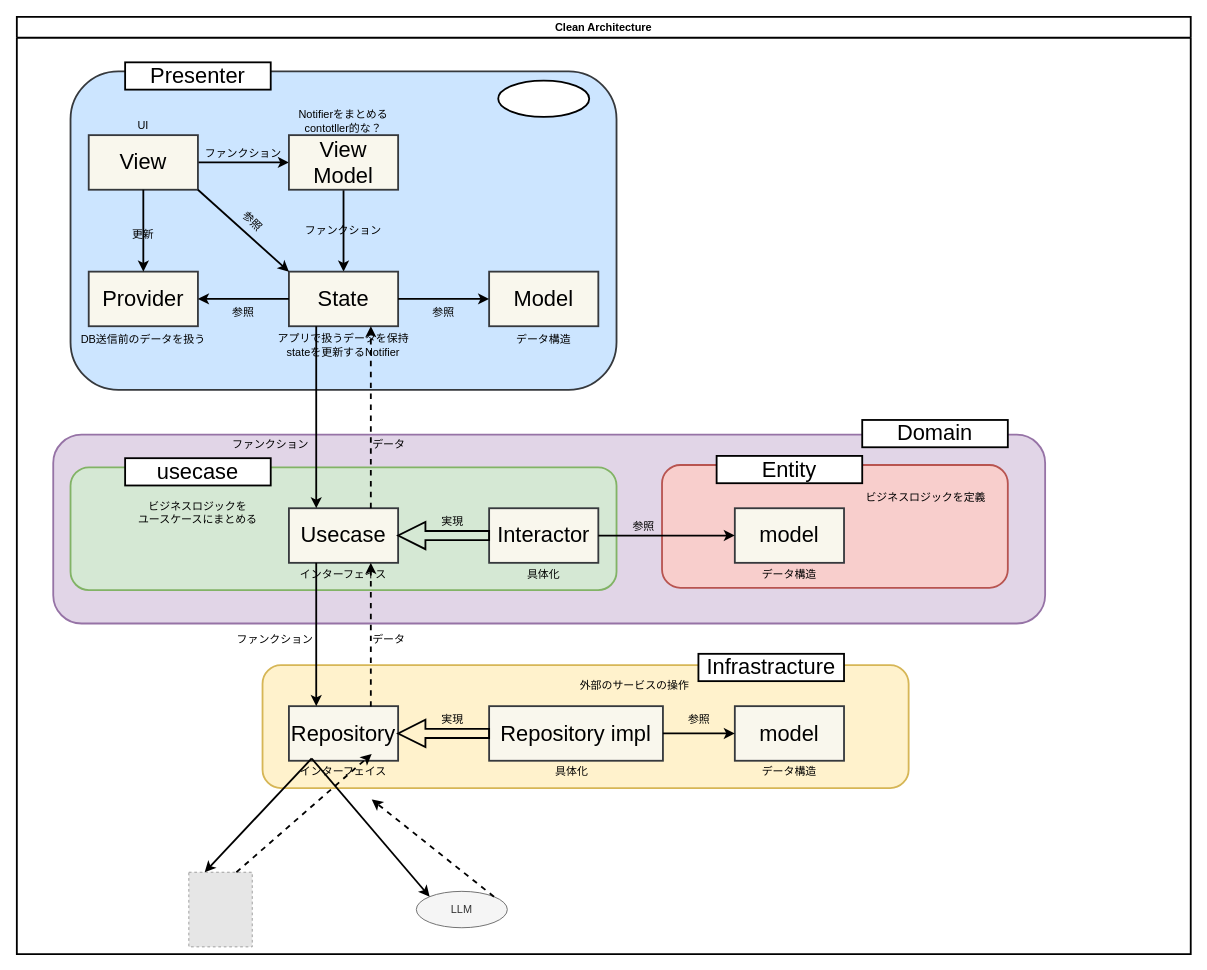
The draw.io diagram aizuchi.drawio in junjun-1345/aizuchi_app, before the edit. Source tidied: cells renumbered, new cells numbered last; positions are measured from the earlier drawing's top-left corner, leaving out a move shared by most shapes. Both pictures are drawn from the tidied source at 91%, with x=0, y=0 at pixel (16, 16). Pictures stored in the file or linked from it are replaced by grey dashed boxes.
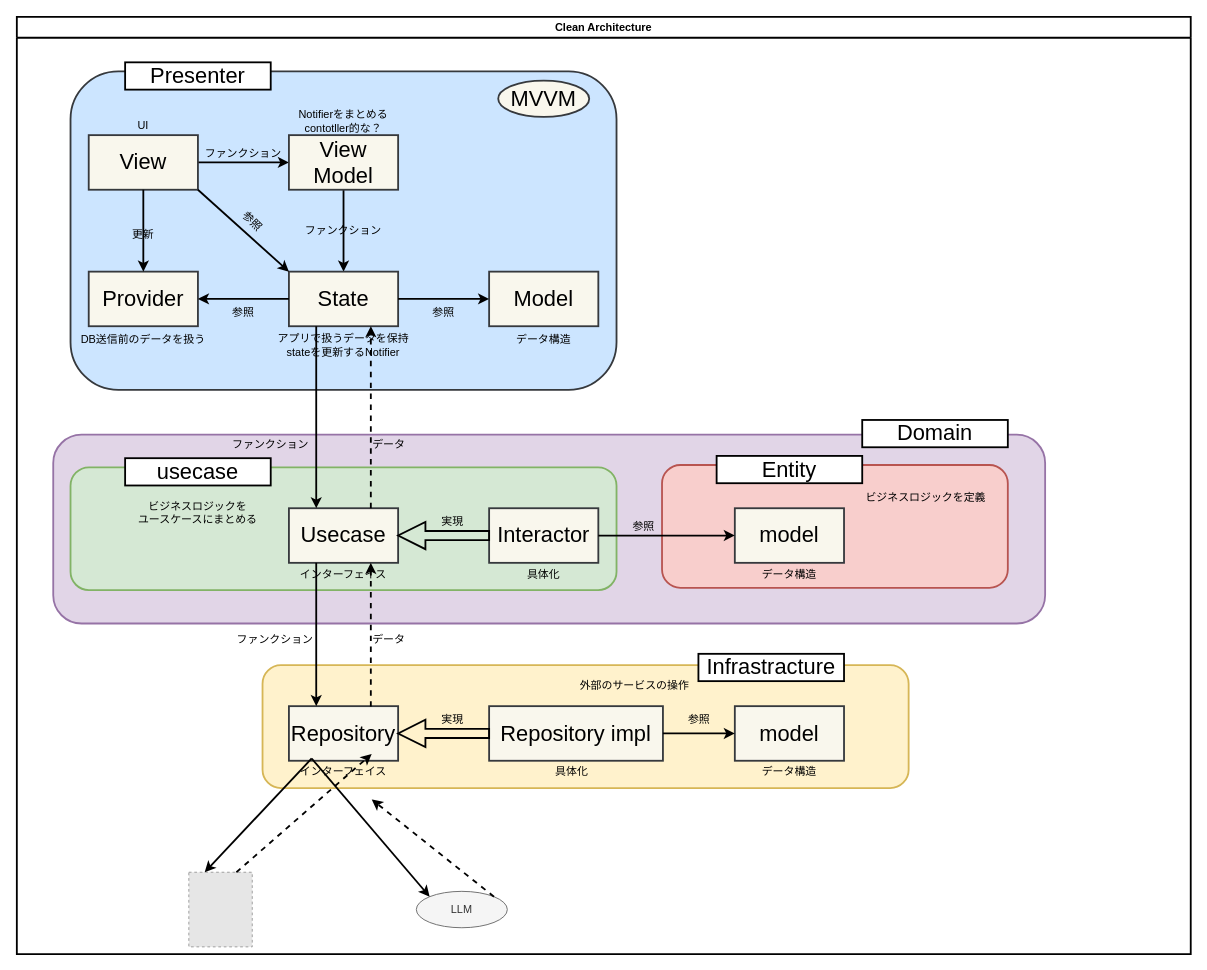
After the change.

Commit message:
📝 アーキテクチャ図バグ修正

Unchanged cells that the change refers to:
```xml
<mxCell id="2" value="Clean Architecture" style="swimlane;strokeWidth=2;strokeColor=#000000;" parent="1" vertex="1">
  <mxGeometry width="1290" height="1030" as="geometry" />
</mxCell>
```

Change to the diagram source:
```diff
@@
-    <mxCell id="10" value="&lt;font color=&quot;#ffffff&quot;&gt;MVVM&lt;/font&gt;" style="ellipse;whiteSpace=wrap;html=1;align=center;newEdgeStyle={&quot;edgeStyle&quot;:&quot;entityRelationEdgeStyle&quot;,&quot;startArrow&quot;:&quot;none&quot;,&quot;endArrow&quot;:&quot;none&quot;,&quot;segment&quot;:10,&quot;curved&quot;:1,&quot;sourcePerimeterSpacing&quot;:0,&quot;targetPerimeterSpacing&quot;:0};strokeColor=default;strokeWidth=2;fontSize=24;fontColor=#000000;" parent="2" vertex="1">
+    <mxCell id="10" value="&lt;font color=&quot;#000000&quot; style=&quot;&quot;&gt;MVVM&lt;/font&gt;" style="ellipse;whiteSpace=wrap;html=1;align=center;newEdgeStyle={&quot;edgeStyle&quot;:&quot;entityRelationEdgeStyle&quot;,&quot;startArrow&quot;:&quot;none&quot;,&quot;endArrow&quot;:&quot;none&quot;,&quot;segment&quot;:10,&quot;curved&quot;:1,&quot;sourcePerimeterSpacing&quot;:0,&quot;targetPerimeterSpacing&quot;:0};strokeColor=#36393d;strokeWidth=2;fontSize=24;fillColor=#f9f7ed;" parent="2" vertex="1">
       <mxGeometry x="529" y="70" width="100" height="40" as="geometry" />
     </mxCell>
```
